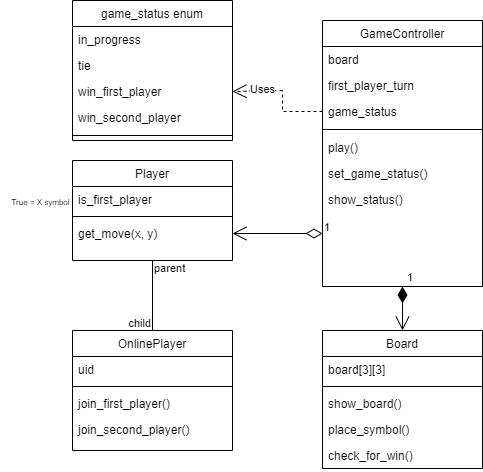
vsawce/cmpe131-slugs keeps this draw.io diagram as hw1/diagram_tictactoe_class.png. Above is the earlier version. Source tidied: cells renumbered, new cells last; positions are measured from the earlier drawing's top-left corner, leaving out a move shared by most shapes.
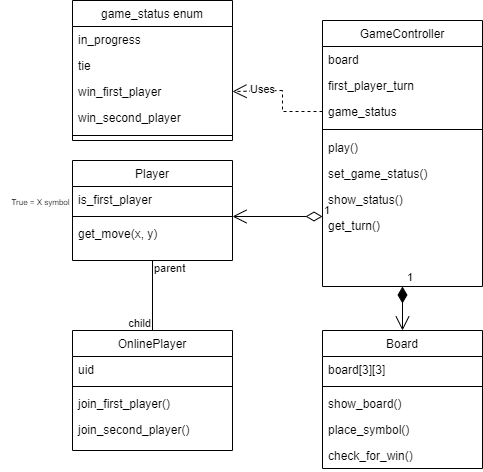
After the commit.

Commit message:
Added get_turn()

Diff of the diagram source:
```diff
@@ -71,13 +71,16 @@
     <mxCell id="24" value="show_status()" style="text;align=left;verticalAlign=top;spacingLeft=4;spacingRight=4;overflow=hidden;rounded=0;shadow=0;html=0;" parent="17" vertex="1">
       <mxGeometry y="166" width="160" height="26" as="geometry" />
     </mxCell>
+    <mxCell id="39" value="get_turn()" style="text;align=left;verticalAlign=top;spacingLeft=4;spacingRight=4;overflow=hidden;rounded=0;shadow=0;html=0;" parent="17" vertex="1">
+      <mxGeometry y="192" width="160" height="26" as="geometry" />
+    </mxCell>
     <mxCell id="25" value="1" style="endArrow=open;html=1;endSize=12;startArrow=diamondThin;startSize=14;startFill=1;edgeStyle=orthogonalEdgeStyle;align=left;verticalAlign=bottom;rounded=0;entryX=0.5;entryY=0;entryDx=0;entryDy=0;exitX=0.5;exitY=1;exitDx=0;exitDy=0;" parent="1" edge="1" source="17" target="2">
       <mxGeometry x="-1" y="3" relative="1" as="geometry" />
     </mxCell>
     <mxCell id="26" value="1" style="endArrow=open;html=1;endSize=12;startArrow=diamondThin;startSize=14;startFill=0;edgeStyle=orthogonalEdgeStyle;align=left;verticalAlign=bottom;rounded=0;entryX=1;entryY=0.5;entryDx=0;entryDy=0;" parent="1" edge="1">
       <mxGeometry x="-1" y="3" relative="1" as="geometry">
-        <mxPoint x="322" y="233" as="sourcePoint" />
-        <mxPoint x="232" y="233" as="targetPoint" />
+        <mxPoint x="322" y="216" as="sourcePoint" />
+        <mxPoint x="232" y="216" as="targetPoint" />
       </mxGeometry>
     </mxCell>
     <mxCell id="27" style="endArrow=none;html=1;edgeStyle=orthogonalEdgeStyle;rounded=0;entryX=0.5;entryY=0;entryDx=0;entryDy=0;" parent="1" edge="1" target="8">
```
